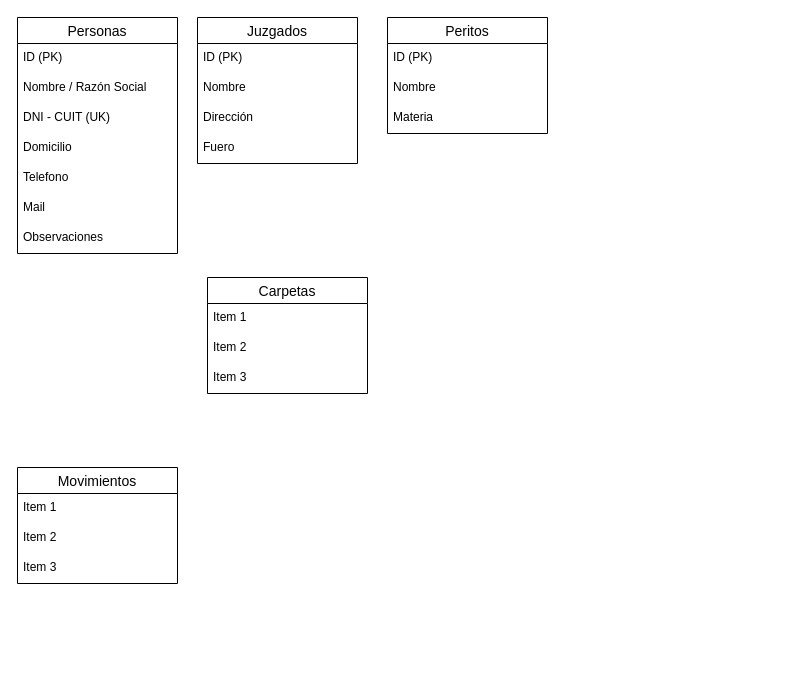
This is Diagrama de casos de uso abogados.drawio from gcrysuk/Proyecto_abogados, a draw.io file, before an edit. Source tidied: cells renumbered, new cells numbered last; positions are measured from the earlier drawing's top-left corner, leaving out a move shared by most shapes. Both pictures are drawn from the tidied source at 100%, with x=0, y=0 at pixel (17, 17).
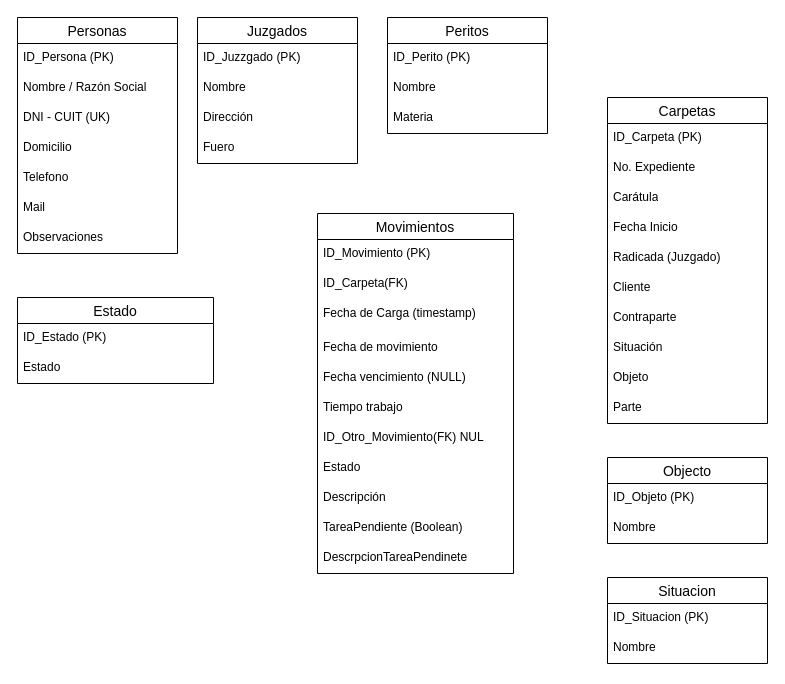
Above is the later version.

Unchanged cells that the change refers to:
```xml
<mxCell id="2" value="Personas" style="swimlane;fontStyle=0;horizontal=1;startSize=26;align=center;fontSize=14;" parent="1" vertex="1">
  <mxGeometry width="160" height="236" as="geometry" />
</mxCell>
<mxCell id="10" value="Juzgados" style="swimlane;fontStyle=0;horizontal=1;startSize=26;align=center;fontSize=14;" parent="1" vertex="1">
  <mxGeometry x="180" width="160" height="146" as="geometry" />
</mxCell>
<mxCell id="15" value="Peritos" style="swimlane;fontStyle=0;horizontal=1;startSize=26;align=center;fontSize=14;" parent="1" vertex="1">
  <mxGeometry x="370" width="160" height="116" as="geometry" />
</mxCell>
```

What changed in the source:
```diff
@@
-    <mxCell id="3" value="ID (PK)" style="text;strokeColor=none;fillColor=none;spacingLeft=4;spacingRight=4;overflow=hidden;fontSize=12;whiteSpace=wrap;html=1;" parent="2" vertex="1">
+    <mxCell id="3" value="ID_Persona (PK)" style="text;strokeColor=none;fillColor=none;spacingLeft=4;spacingRight=4;overflow=hidden;fontSize=12;whiteSpace=wrap;html=1;" parent="2" vertex="1">
       <mxGeometry y="26" width="160" height="30" as="geometry" />
     </mxCell>
@@
-    <mxCell id="11" value="ID (PK)" style="text;strokeColor=none;fillColor=none;spacingLeft=4;spacingRight=4;overflow=hidden;fontSize=12;whiteSpace=wrap;html=1;" parent="10" vertex="1">
+    <mxCell id="11" value="ID_Juzzgado (PK)" style="text;strokeColor=none;fillColor=none;spacingLeft=4;spacingRight=4;overflow=hidden;fontSize=12;whiteSpace=wrap;html=1;" parent="10" vertex="1">
       <mxGeometry y="26" width="160" height="30" as="geometry" />
     </mxCell>
@@
-    <mxCell id="16" value="ID (PK)" style="text;strokeColor=none;fillColor=none;spacingLeft=4;spacingRight=4;overflow=hidden;fontSize=12;whiteSpace=wrap;html=1;" parent="15" vertex="1">
+    <mxCell id="16" value="ID_Perito (PK)" style="text;strokeColor=none;fillColor=none;spacingLeft=4;spacingRight=4;overflow=hidden;fontSize=12;whiteSpace=wrap;html=1;" parent="15" vertex="1">
       <mxGeometry y="26" width="160" height="30" as="geometry" />
     </mxCell>
@@
     <mxCell id="19" value="Carpetas" style="swimlane;fontStyle=0;horizontal=1;startSize=26;align=center;fontSize=14;" parent="1" vertex="1">
-      <mxGeometry x="190" y="260" width="160" height="116" as="geometry" />
+      <mxGeometry x="590" y="80" width="160" height="326" as="geometry" />
     </mxCell>
+    <mxCell id="27" value="ID_Carpeta (PK)" style="text;strokeColor=none;fillColor=none;spacingLeft=4;spacingRight=4;overflow=hidden;fontSize=12;whiteSpace=wrap;html=1;" parent="19" vertex="1">
+      <mxGeometry y="26" width="160" height="30" as="geometry" />
+    </mxCell>
+    <mxCell id="28" value="No. Expediente" style="text;strokeColor=none;fillColor=none;spacingLeft=4;spacingRight=4;overflow=hidden;fontSize=12;whiteSpace=wrap;html=1;" parent="19" vertex="1">
+      <mxGeometry y="56" width="160" height="30" as="geometry" />
+    </mxCell>
+    <mxCell id="29" value="Carátula" style="text;strokeColor=none;fillColor=none;spacingLeft=4;spacingRight=4;overflow=hidden;fontSize=12;whiteSpace=wrap;html=1;" parent="19" vertex="1">
+      <mxGeometry y="86" width="160" height="30" as="geometry" />
+    </mxCell>
-    <mxCell id="20" value="Item 1" style="text;strokeColor=none;fillColor=none;spacingLeft=4;spacingRight=4;overflow=hidden;fontSize=12;whiteSpace=wrap;html=1;" parent="19" vertex="1">
-      <mxGeometry y="26" width="160" height="30" as="geometry" />
+    <mxCell id="20" value="Fecha Inicio" style="text;strokeColor=none;fillColor=none;spacingLeft=4;spacingRight=4;overflow=hidden;fontSize=12;whiteSpace=wrap;html=1;" parent="19" vertex="1">
+      <mxGeometry y="116" width="160" height="30" as="geometry" />
     </mxCell>
-    <mxCell id="21" value="Item 2" style="text;strokeColor=none;fillColor=none;spacingLeft=4;spacingRight=4;overflow=hidden;fontSize=12;whiteSpace=wrap;html=1;" parent="19" vertex="1">
-      <mxGeometry y="56" width="160" height="30" as="geometry" />
-    </mxCell>
+    <mxCell id="30" value="Radicada (Juzgado)&lt;div&gt;&lt;br&gt;&lt;/div&gt;" style="text;strokeColor=none;fillColor=none;spacingLeft=4;spacingRight=4;overflow=hidden;fontSize=12;whiteSpace=wrap;html=1;" parent="19" vertex="1">
+      <mxGeometry y="146" width="160" height="30" as="geometry" />
+    </mxCell>
+    <mxCell id="31" value="Cliente" style="text;strokeColor=none;fillColor=none;spacingLeft=4;spacingRight=4;overflow=hidden;fontSize=12;whiteSpace=wrap;html=1;" parent="19" vertex="1">
+      <mxGeometry y="176" width="160" height="30" as="geometry" />
+    </mxCell>
+    <mxCell id="32" value="Contraparte" style="text;strokeColor=none;fillColor=none;spacingLeft=4;spacingRight=4;overflow=hidden;fontSize=12;whiteSpace=wrap;html=1;" parent="19" vertex="1">
+      <mxGeometry y="206" width="160" height="30" as="geometry" />
+    </mxCell>
+    <mxCell id="33" value="Situación" style="text;strokeColor=none;fillColor=none;spacingLeft=4;spacingRight=4;overflow=hidden;fontSize=12;whiteSpace=wrap;html=1;" parent="19" vertex="1">
+      <mxGeometry y="236" width="160" height="30" as="geometry" />
+    </mxCell>
+    <mxCell id="34" value="Objeto" style="text;strokeColor=none;fillColor=none;spacingLeft=4;spacingRight=4;overflow=hidden;fontSize=12;whiteSpace=wrap;html=1;" parent="19" vertex="1">
+      <mxGeometry y="266" width="160" height="30" as="geometry" />
+    </mxCell>
-    <mxCell id="22" value="Item 3" style="text;strokeColor=none;fillColor=none;spacingLeft=4;spacingRight=4;overflow=hidden;fontSize=12;whiteSpace=wrap;html=1;" parent="19" vertex="1">
-      <mxGeometry y="86" width="160" height="30" as="geometry" />
+    <mxCell id="22" value="Parte" style="text;strokeColor=none;fillColor=none;spacingLeft=4;spacingRight=4;overflow=hidden;fontSize=12;whiteSpace=wrap;html=1;" parent="19" vertex="1">
+      <mxGeometry y="296" width="160" height="30" as="geometry" />
     </mxCell>
     <mxCell id="23" value="Movimientos" style="swimlane;fontStyle=0;horizontal=1;startSize=26;align=center;fontSize=14;" parent="1" vertex="1">
-      <mxGeometry y="450" width="160" height="116" as="geometry" />
+      <mxGeometry x="300" y="196" width="196" height="360" as="geometry" />
     </mxCell>
-    <mxCell id="24" value="Item 1" style="text;strokeColor=none;fillColor=none;spacingLeft=4;spacingRight=4;overflow=hidden;fontSize=12;whiteSpace=wrap;html=1;" parent="23" vertex="1">
-      <mxGeometry y="26" width="160" height="30" as="geometry" />
+    <mxCell id="24" value="ID_Movimiento (PK)" style="text;strokeColor=none;fillColor=none;spacingLeft=4;spacingRight=4;overflow=hidden;fontSize=12;whiteSpace=wrap;html=1;" parent="23" vertex="1">
+      <mxGeometry y="26" width="196" height="30" as="geometry" />
     </mxCell>
+    <mxCell id="35" value="ID_Carpeta(FK)" style="text;strokeColor=none;fillColor=none;spacingLeft=4;spacingRight=4;overflow=hidden;fontSize=12;whiteSpace=wrap;html=1;" parent="23" vertex="1">
+      <mxGeometry y="56" width="196" height="30" as="geometry" />
+    </mxCell>
-    <mxCell id="25" value="Item 2" style="text;strokeColor=none;fillColor=none;spacingLeft=4;spacingRight=4;overflow=hidden;fontSize=12;whiteSpace=wrap;html=1;" parent="23" vertex="1">
-      <mxGeometry y="56" width="160" height="30" as="geometry" />
+    <mxCell id="25" value="Fecha de Carga (timestamp)" style="text;strokeColor=none;fillColor=none;spacingLeft=4;spacingRight=4;overflow=hidden;fontSize=12;whiteSpace=wrap;html=1;" parent="23" vertex="1">
+      <mxGeometry y="86" width="196" height="34" as="geometry" />
     </mxCell>
+    <mxCell id="36" value="Fecha de movimiento" style="text;strokeColor=none;fillColor=none;spacingLeft=4;spacingRight=4;overflow=hidden;fontSize=12;whiteSpace=wrap;html=1;" parent="23" vertex="1">
+      <mxGeometry y="120" width="196" height="30" as="geometry" />
+    </mxCell>
+    <mxCell id="37" value="Fecha vencimiento (NULL)" style="text;strokeColor=none;fillColor=none;spacingLeft=4;spacingRight=4;overflow=hidden;fontSize=12;whiteSpace=wrap;html=1;" parent="23" vertex="1">
+      <mxGeometry y="150" width="196" height="30" as="geometry" />
+    </mxCell>
+    <mxCell id="38" value="Tiempo trabajo" style="text;strokeColor=none;fillColor=none;spacingLeft=4;spacingRight=4;overflow=hidden;fontSize=12;whiteSpace=wrap;html=1;" parent="23" vertex="1">
+      <mxGeometry y="180" width="196" height="30" as="geometry" />
+    </mxCell>
+    <mxCell id="39" value="ID_Otro_Movimiento(FK) NUL" style="text;strokeColor=none;fillColor=none;spacingLeft=4;spacingRight=4;overflow=hidden;fontSize=12;whiteSpace=wrap;html=1;" parent="23" vertex="1">
+      <mxGeometry y="210" width="196" height="30" as="geometry" />
+    </mxCell>
+    <mxCell id="40" value="Estado" style="text;strokeColor=none;fillColor=none;spacingLeft=4;spacingRight=4;overflow=hidden;fontSize=12;whiteSpace=wrap;html=1;" parent="23" vertex="1">
+      <mxGeometry y="240" width="196" height="30" as="geometry" />
+    </mxCell>
+    <mxCell id="41" value="Descripción" style="text;strokeColor=none;fillColor=none;spacingLeft=4;spacingRight=4;overflow=hidden;fontSize=12;whiteSpace=wrap;html=1;" parent="23" vertex="1">
+      <mxGeometry y="270" width="196" height="30" as="geometry" />
+    </mxCell>
+    <mxCell id="42" value="TareaPendiente (Boolean)" style="text;strokeColor=none;fillColor=none;spacingLeft=4;spacingRight=4;overflow=hidden;fontSize=12;whiteSpace=wrap;html=1;" parent="23" vertex="1">
+      <mxGeometry y="300" width="196" height="30" as="geometry" />
+    </mxCell>
-    <mxCell id="26" value="Item 3" style="text;strokeColor=none;fillColor=none;spacingLeft=4;spacingRight=4;overflow=hidden;fontSize=12;whiteSpace=wrap;html=1;" parent="23" vertex="1">
-      <mxGeometry y="86" width="160" height="30" as="geometry" />
+    <mxCell id="26" value="DescrpcionTareaPendinete" style="text;strokeColor=none;fillColor=none;spacingLeft=4;spacingRight=4;overflow=hidden;fontSize=12;whiteSpace=wrap;html=1;" parent="23" vertex="1">
+      <mxGeometry y="330" width="196" height="30" as="geometry" />
     </mxCell>
+    <mxCell id="43" value="Estado" style="swimlane;fontStyle=0;horizontal=1;startSize=26;align=center;fontSize=14;" parent="1" vertex="1">
+      <mxGeometry y="280" width="196" height="86" as="geometry" />
+    </mxCell>
+    <mxCell id="44" value="ID_Estado (PK)" style="text;strokeColor=none;fillColor=none;spacingLeft=4;spacingRight=4;overflow=hidden;fontSize=12;whiteSpace=wrap;html=1;" parent="43" vertex="1">
+      <mxGeometry y="26" width="196" height="30" as="geometry" />
+    </mxCell>
+    <mxCell id="45" value="Estado" style="text;strokeColor=none;fillColor=none;spacingLeft=4;spacingRight=4;overflow=hidden;fontSize=12;whiteSpace=wrap;html=1;" parent="43" vertex="1">
+      <mxGeometry y="56" width="196" height="30" as="geometry" />
+    </mxCell>
+    <mxCell id="46" value="Objecto" style="swimlane;fontStyle=0;horizontal=1;startSize=26;align=center;fontSize=14;" parent="1" vertex="1">
+      <mxGeometry x="590" y="440" width="160" height="86" as="geometry" />
+    </mxCell>
+    <mxCell id="47" value="ID_Objeto (PK)" style="text;strokeColor=none;fillColor=none;spacingLeft=4;spacingRight=4;overflow=hidden;fontSize=12;whiteSpace=wrap;html=1;" parent="46" vertex="1">
+      <mxGeometry y="26" width="160" height="30" as="geometry" />
+    </mxCell>
+    <mxCell id="48" value="Nombre" style="text;strokeColor=none;fillColor=none;spacingLeft=4;spacingRight=4;overflow=hidden;fontSize=12;whiteSpace=wrap;html=1;" parent="46" vertex="1">
+      <mxGeometry y="56" width="160" height="30" as="geometry" />
+    </mxCell>
+    <mxCell id="49" value="Situacion" style="swimlane;fontStyle=0;horizontal=1;startSize=26;align=center;fontSize=14;" parent="1" vertex="1">
+      <mxGeometry x="590" y="560" width="160" height="86" as="geometry" />
+    </mxCell>
+    <mxCell id="50" value="ID_Situacion (PK)" style="text;strokeColor=none;fillColor=none;spacingLeft=4;spacingRight=4;overflow=hidden;fontSize=12;whiteSpace=wrap;html=1;" parent="49" vertex="1">
+      <mxGeometry y="26" width="160" height="30" as="geometry" />
+    </mxCell>
+    <mxCell id="51" value="Nombre" style="text;strokeColor=none;fillColor=none;spacingLeft=4;spacingRight=4;overflow=hidden;fontSize=12;whiteSpace=wrap;html=1;" parent="49" vertex="1">
+      <mxGeometry y="56" width="160" height="30" as="geometry" />
+    </mxCell>
```
